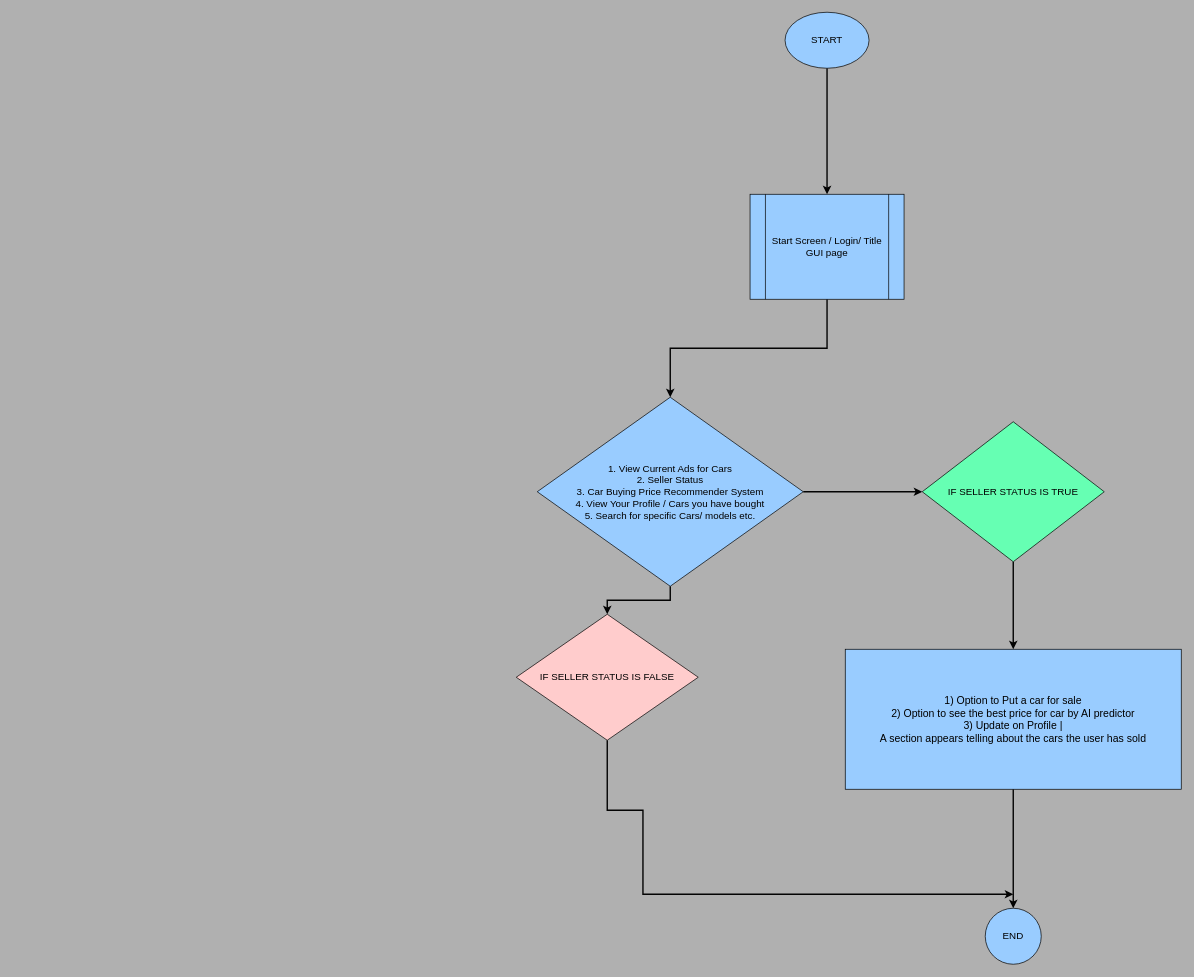
The draw.io diagram AutoOracleBluePrints2.drawio in MelonBun8/Auto-Oracle, before the edit. Source tidied: cells renumbered, new cells numbered last; positions are measured from the earlier drawing's top-left corner, leaving out a move shared by most shapes. Both pictures are drawn from the tidied source at 70%, with x=0, y=0 at pixel (516, 12).
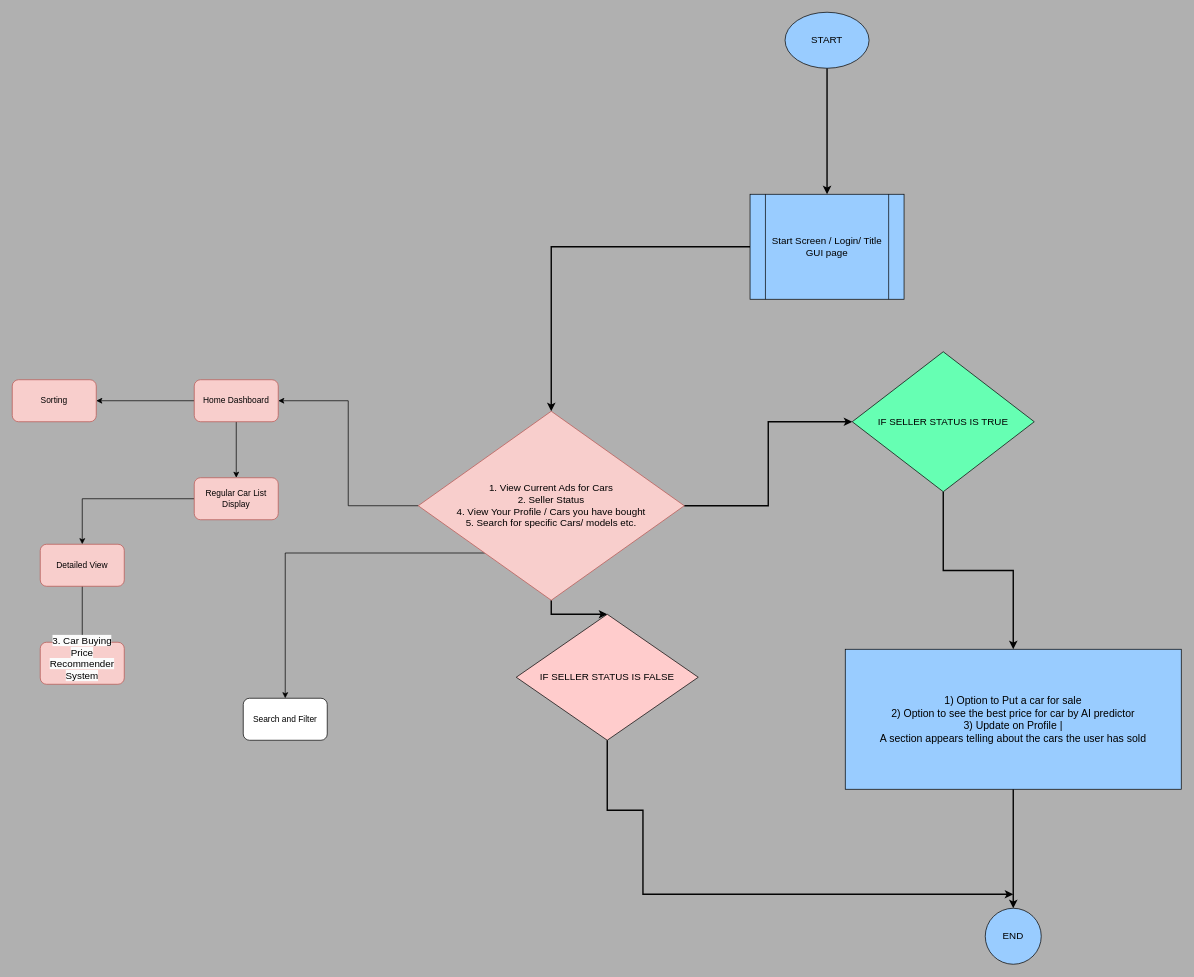
The same page after the edit.

What changed in the source:
```diff
@@
+    <mxCell id="16" style="edgeStyle=orthogonalEdgeStyle;rounded=0;jettySize=auto;html=1;" parent="1" edge="1" source="8" target="20">
+      <mxGeometry relative="1" as="geometry" />
+    </mxCell>
+    <mxCell id="17" style="edgeStyle=orthogonalEdgeStyle;rounded=0;jettySize=auto;html=1;exitX=0;exitY=1;exitDx=0;exitDy=0;entryX=0.5;entryY=0;entryDx=0;entryDy=0;" parent="1" edge="1" source="8" target="22">
+      <mxGeometry relative="1" as="geometry" />
+    </mxCell>
-    <mxCell id="8" value="&lt;font style=&quot;font-size: 14px;&quot;&gt;1. View Current Ads for Cars&lt;br&gt;2. Seller Status&lt;br&gt;3. Car Buying Price Recommender System&lt;br&gt;4. View Your Profile / Cars you have bought&lt;br&gt;5. Search for specific Cars/ models etc.&lt;/font&gt;" style="rhombus;whiteSpace=wrap;html=1;fillColor=#99CCFF;" parent="1" vertex="1">
-      <mxGeometry x="30" y="550" width="380" height="270" as="geometry" />
+    <mxCell id="8" value="&lt;font style=&quot;font-size: 14px;&quot;&gt;1. View Current Ads for Cars&lt;br&gt;2. Seller Status&lt;br&gt;4. View Your Profile / Cars you have bought&lt;br&gt;5. Search for specific Cars/ models etc.&lt;/font&gt;" style="rhombus;whiteSpace=wrap;html=1;fillColor=#f8cecc;strokeColor=#b85450;" parent="1" vertex="1">
+      <mxGeometry x="-140" y="570" width="380" height="270" as="geometry" />
     </mxCell>
@@
     <mxCell id="10" value="&lt;font style=&quot;font-size: 14px;&quot;&gt;IF SELLER STATUS IS TRUE&lt;/font&gt;" style="rhombus;whiteSpace=wrap;html=1;fillColor=#66FFB3;" parent="1" vertex="1">
-      <mxGeometry x="580" y="585" width="260" height="200" as="geometry" />
+      <mxGeometry x="480" y="485" width="260" height="200" as="geometry" />
     </mxCell>
@@
+    <mxCell id="18" style="edgeStyle=orthogonalEdgeStyle;rounded=0;jettySize=auto;html=1;" parent="1" edge="1" source="20" target="21">
+      <mxGeometry relative="1" as="geometry" />
+    </mxCell>
+    <mxCell id="19" style="edgeStyle=orthogonalEdgeStyle;rounded=0;jettySize=auto;html=1;" parent="1" edge="1" source="20" target="24">
+      <mxGeometry relative="1" as="geometry" />
+    </mxCell>
+    <mxCell id="20" value="Home Dashboard" style="rounded=1;whiteSpace=wrap;html=1;fillColor=#f8cecc;strokeColor=#b85450;" parent="1" vertex="1">
+      <mxGeometry x="-460" y="525" width="120" height="60" as="geometry" />
+    </mxCell>
+    <mxCell id="21" value="Sorting" style="whiteSpace=wrap;html=1;fillColor=#f8cecc;strokeColor=#b85450;rounded=1;" parent="1" vertex="1">
+      <mxGeometry x="-720" y="525" width="120" height="60" as="geometry" />
+    </mxCell>
+    <mxCell id="22" value="Search and Filter" style="rounded=1;whiteSpace=wrap;html=1;" parent="1" vertex="1">
+      <mxGeometry x="-390" y="980" width="120" height="60" as="geometry" />
+    </mxCell>
+    <mxCell id="23" style="edgeStyle=orthogonalEdgeStyle;rounded=0;jettySize=auto;html=1;" parent="1" edge="1" source="24" target="26">
+      <mxGeometry relative="1" as="geometry" />
+    </mxCell>
+    <mxCell id="24" value="Regular Car List Display" style="whiteSpace=wrap;html=1;fillColor=#f8cecc;strokeColor=#b85450;rounded=1;" parent="1" vertex="1">
+      <mxGeometry x="-460" y="665" width="120" height="60" as="geometry" />
+    </mxCell>
+    <mxCell id="25" style="edgeStyle=orthogonalEdgeStyle;rounded=0;jettySize=auto;html=1;" parent="1" edge="1" source="26" target="27">
+      <mxGeometry relative="1" as="geometry" />
+    </mxCell>
+    <mxCell id="26" value="Detailed View" style="whiteSpace=wrap;html=1;fillColor=#f8cecc;strokeColor=#b85450;rounded=1;" parent="1" vertex="1">
+      <mxGeometry x="-680" y="760" width="120" height="60" as="geometry" />
+    </mxCell>
+    <mxCell id="27" value="&#10;&lt;span style=&quot;color: rgb(0, 0, 0); font-family: Helvetica; font-size: 14px; font-style: normal; font-variant-ligatures: normal; font-variant-caps: normal; font-weight: 400; letter-spacing: normal; orphans: 2; text-align: center; text-indent: 0px; text-transform: none; widows: 2; word-spacing: 0px; -webkit-text-stroke-width: 0px; background-color: rgb(251, 251, 251); text-decoration-thickness: initial; text-decoration-style: initial; text-decoration-color: initial; float: none; display: inline !important;&quot;&gt;3. Car Buying Price Recommender System&lt;/span&gt;&lt;br style=&quot;border-color: var(--border-color); color: rgb(0, 0, 0); font-family: Helvetica; font-size: 14px; font-style: normal; font-variant-ligatures: normal; font-variant-caps: normal; font-weight: 400; letter-spacing: normal; orphans: 2; text-align: center; text-indent: 0px; text-transform: none; widows: 2; word-spacing: 0px; -webkit-text-stroke-width: 0px; background-color: rgb(251, 251, 251); text-decoration-thickness: initial; text-decoration-style: initial; text-decoration-color: initial;&quot;&gt;&#10;&#10;" style="whiteSpace=wrap;html=1;fillColor=#f8cecc;strokeColor=#b85450;rounded=1;" parent="1" vertex="1">
+      <mxGeometry x="-680" y="900" width="120" height="60" as="geometry" />
+    </mxCell>
```
